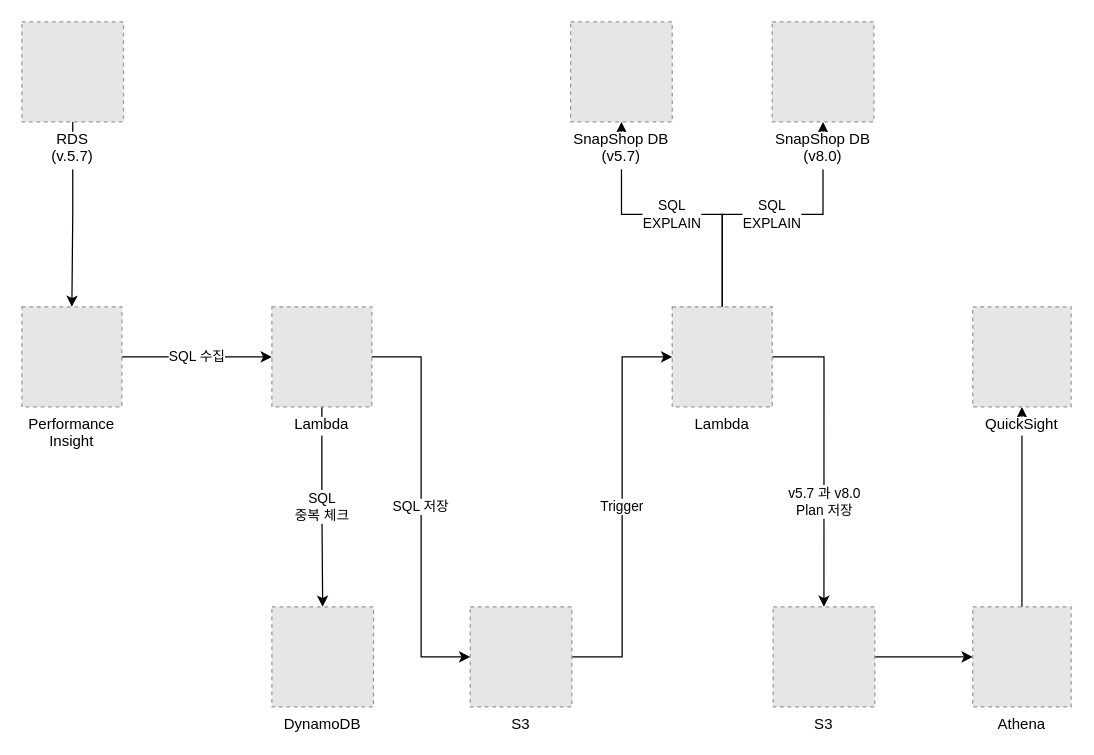
This is SQL_PLAN_1.0.drawio from color275/draw.io, a draw.io file, before an edit. Source tidied: cells renumbered, new cells numbered last; positions are measured from the earlier drawing's top-left corner, leaving out a move shared by most shapes. Both pictures are drawn from the tidied source at 125%, with x=0, y=0 at pixel (21, 21). Pictures stored in the file or linked from it are replaced by grey dashed boxes.
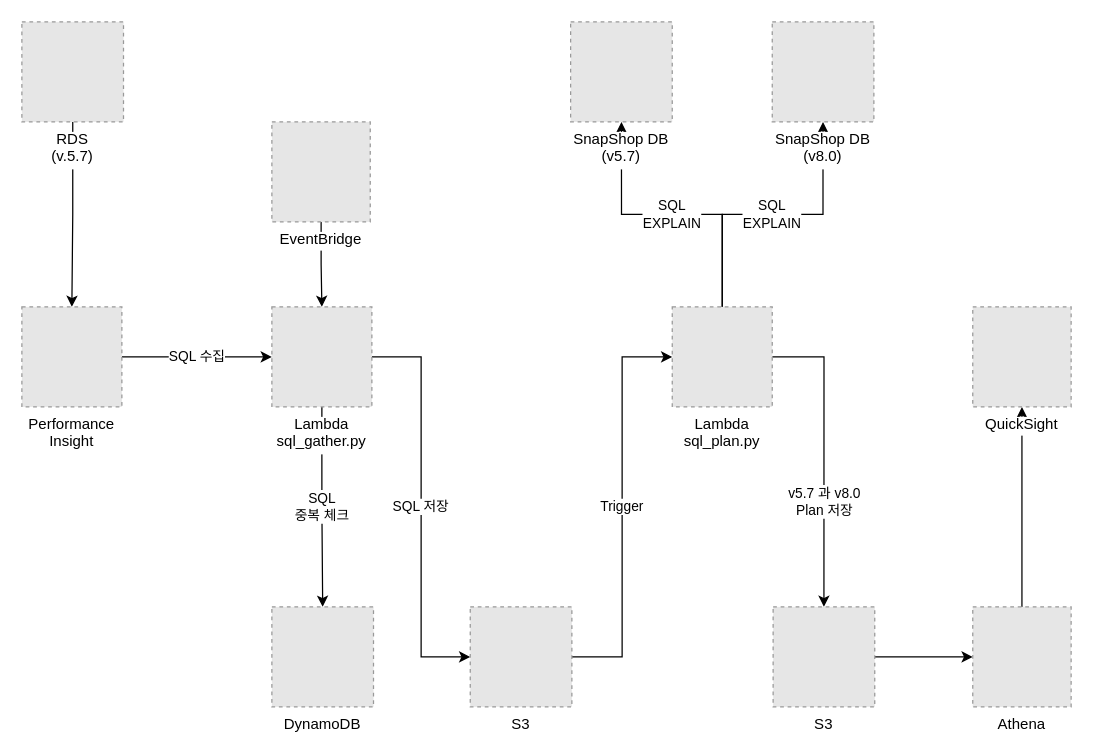
Above is the later version.

The edit, as a diff of the source:
```diff
@@
-    <mxCell id="8" value="Lambda" style="fillColor=#E6E6E6;strokeColor=#999999;dashed=1;verticalLabelPosition=bottom;labelBackgroundColor=default;verticalAlign=top;" parent="1" vertex="1">
+    <mxCell id="8" value="Lambda&#10;sql_gather.py" style="fillColor=#E6E6E6;strokeColor=#999999;dashed=1;verticalLabelPosition=bottom;labelBackgroundColor=default;verticalAlign=top;" parent="1" vertex="1">
       <mxGeometry x="200" y="228" width="80" height="80" as="geometry" />
     </mxCell>
@@
-    <mxCell id="15" value="Lambda" style="fillColor=#E6E6E6;strokeColor=#999999;dashed=1;verticalLabelPosition=bottom;labelBackgroundColor=default;verticalAlign=top;" parent="1" vertex="1">
+    <mxCell id="15" value="Lambda&#10;sql_plan.py" style="fillColor=#E6E6E6;strokeColor=#999999;dashed=1;verticalLabelPosition=bottom;labelBackgroundColor=default;verticalAlign=top;" parent="1" vertex="1">
       <mxGeometry x="520.3" y="228" width="80" height="80" as="geometry" />
     </mxCell>
@@
+    <mxCell id="23" style="edgeStyle=orthogonalEdgeStyle;rounded=0;jettySize=auto;html=1;entryX=0.5;entryY=0;entryDx=0;entryDy=0;" parent="1" edge="1" source="24" target="8">
+      <mxGeometry relative="1" as="geometry" />
+    </mxCell>
+    <mxCell id="24" value="EventBridge" style="fillColor=#E6E6E6;strokeColor=#999999;dashed=1;verticalLabelPosition=bottom;labelBackgroundColor=default;verticalAlign=top;" parent="1" vertex="1">
+      <mxGeometry x="200" y="80" width="78.7" height="80" as="geometry" />
+    </mxCell>
```
